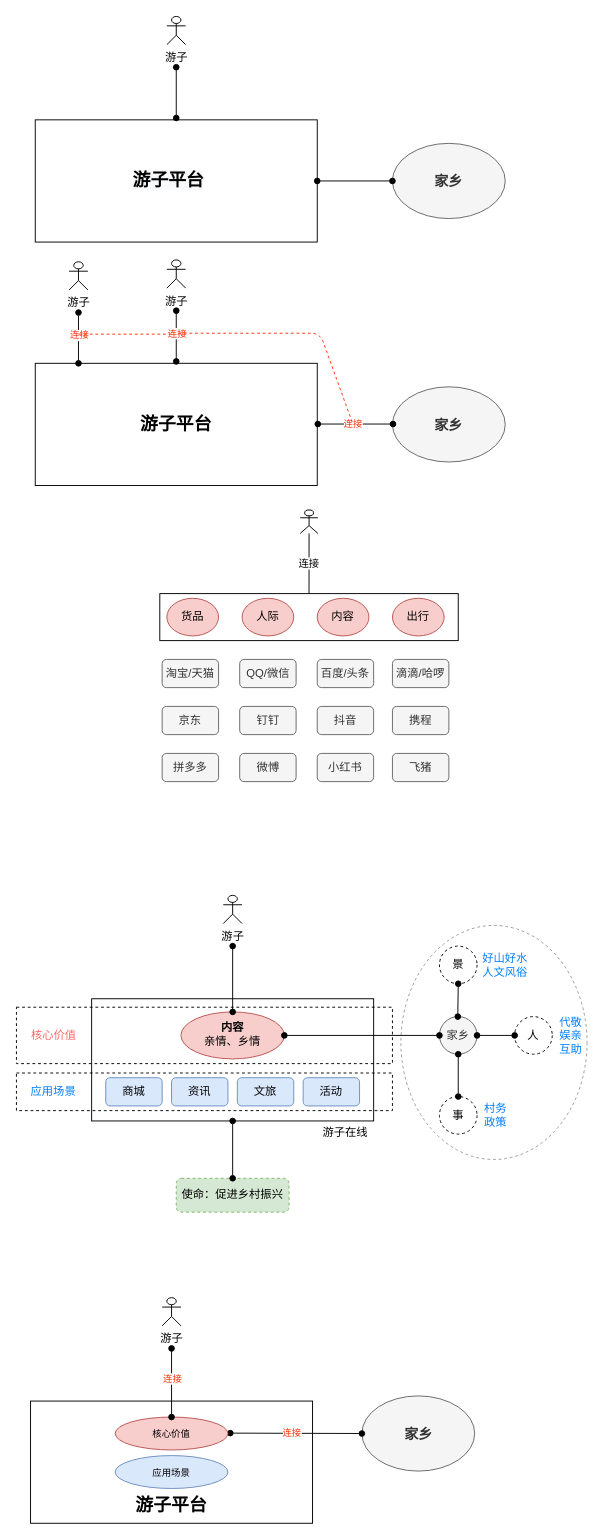
Before: yzzx-sc.drawio in trey03/draw, a draw.io diagram. Source tidied: cells renumbered, new cells numbered last; positions are measured from the earlier drawing's top-left corner, leaving out a move shared by most shapes. Both pictures are drawn from the tidied source at 94%, with x=0, y=0 at pixel (16, 16).
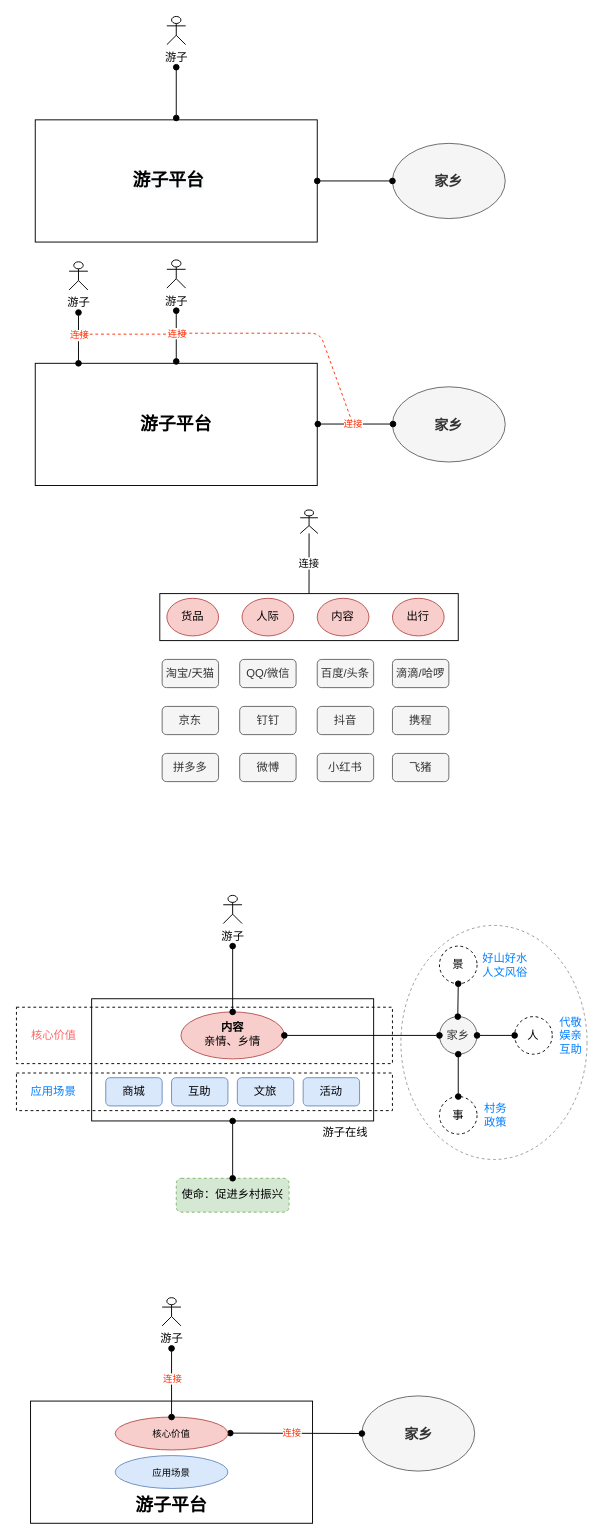
Above is the later version.

What changed in the source:
```diff
@@
-    <mxCell id="31" value="资讯" style="rounded=1;whiteSpace=wrap;html=1;fillColor=#dae8fc;strokeColor=#6c8ebf;" parent="1" vertex="1">
+    <mxCell id="31" value="互助" style="rounded=1;whiteSpace=wrap;html=1;fillColor=#dae8fc;strokeColor=#6c8ebf;" parent="1" vertex="1">
       <mxGeometry x="165" y="1129" width="60" height="30" as="geometry" />
     </mxCell>
```
